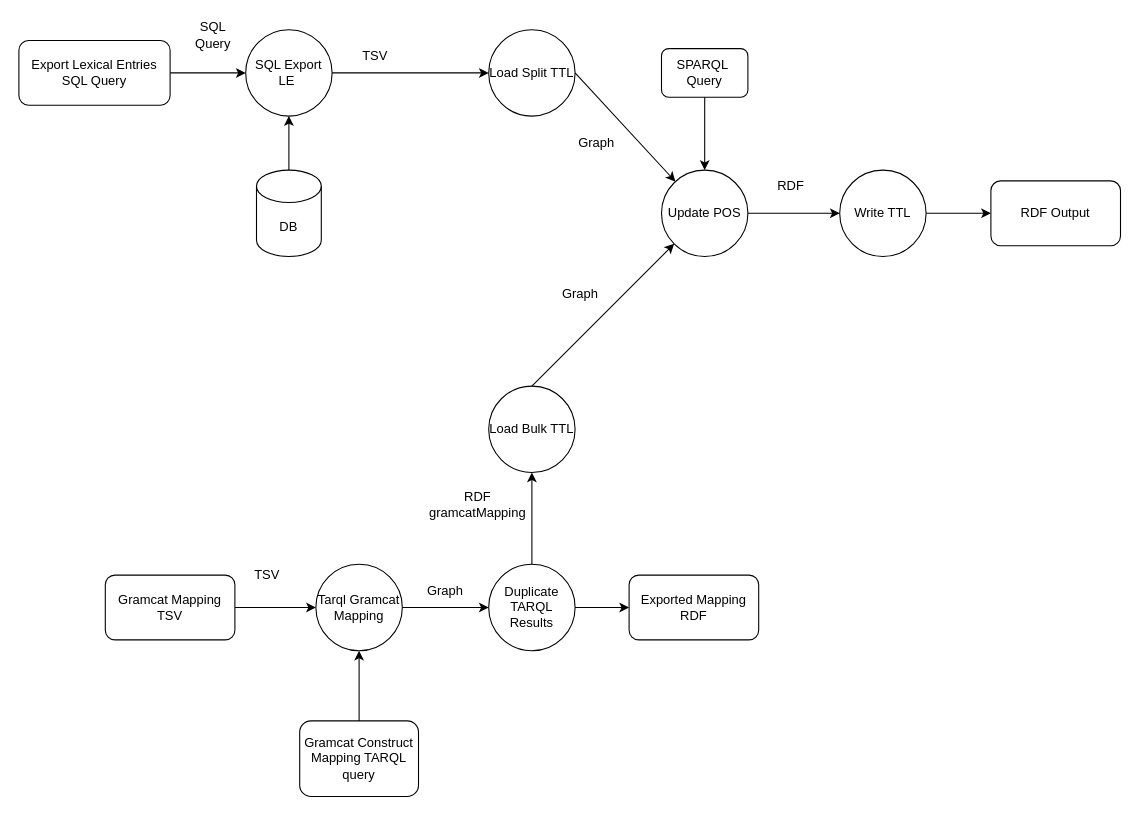
Above: fintan_pipeline.drawio in gkirtzou/lexis-transforming-sql-to-rdf (draw.io), before the change. Source tidied: cells renumbered, new cells numbered last; positions are measured from the earlier drawing's top-left corner, leaving out a move shared by most shapes. Both pictures are drawn from the tidied source at 108%, with x=0, y=0 at pixel (18, 18).
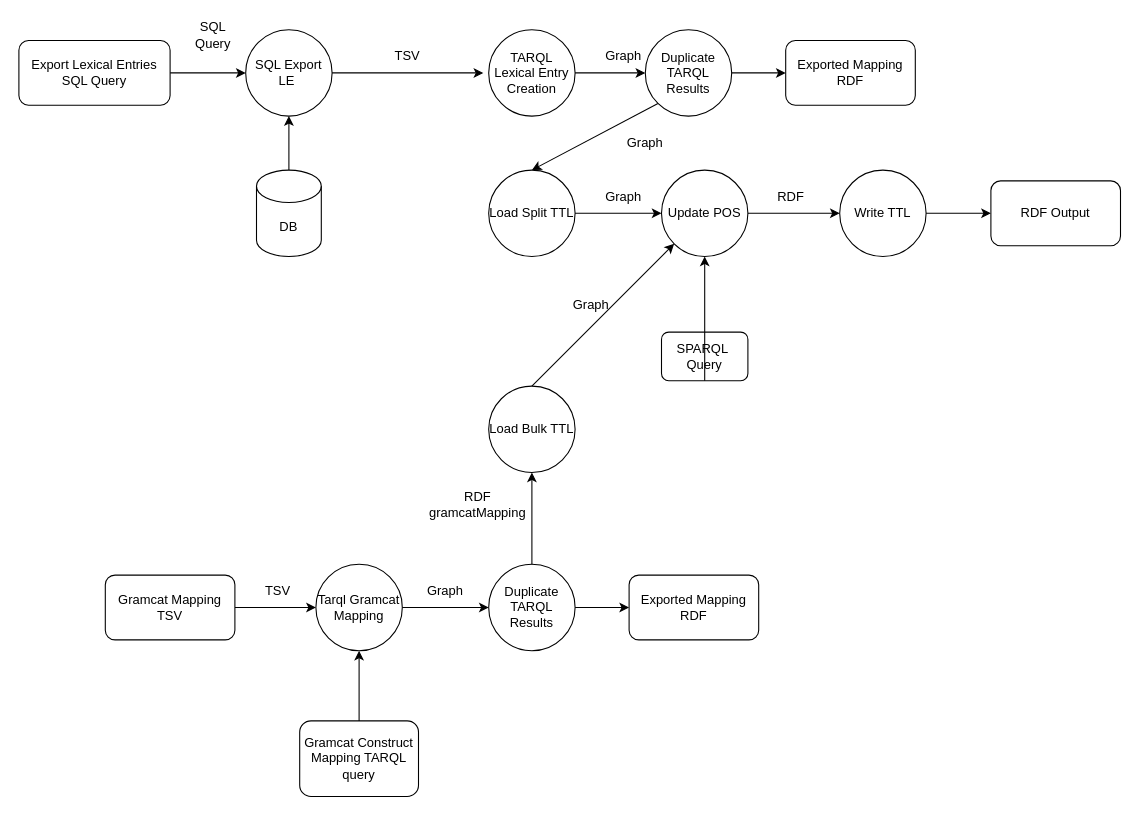
After the change.

Commit message:
Possible pipeline that would work on SQL

The change refers to these unchanged cells:
```xml
<mxCell id="2" value="SQL Export LE&amp;nbsp;" style="ellipse;whiteSpace=wrap;html=1;" parent="1" vertex="1">
  <mxGeometry x="210" y="10" width="80" height="80" as="geometry" />
</mxCell>
<mxCell id="5" value="Update POS" style="ellipse;whiteSpace=wrap;html=1;" parent="1" vertex="1">
  <mxGeometry x="595" y="140" width="80" height="80" as="geometry" />
</mxCell>
```

What changed in the source:
```diff
@@
     <mxCell id="6" value="SPARQL&amp;nbsp; Query" style="rounded=1;whiteSpace=wrap;html=1;" parent="1" vertex="1">
-      <mxGeometry x="595" y="27.5" width="80" height="45" as="geometry" />
+      <mxGeometry x="595" y="290" width="80" height="45" as="geometry" />
     </mxCell>
-    <mxCell id="7" style="endArrow=classic;html=1;rounded=0;exitX=0.5;exitY=1;exitDx=0;exitDy=0;entryX=0.5;entryY=0;entryDx=0;entryDy=0;" parent="1" edge="1" source="6" target="5">
+    <mxCell id="7" style="endArrow=classic;html=1;rounded=0;exitX=0.5;exitY=1;exitDx=0;exitDy=0;entryX=0.5;entryY=1;entryDx=0;entryDy=0;" parent="1" edge="1" source="6" target="5">
       <mxGeometry relative="1" as="geometry" />
     </mxCell>
@@
     <mxCell id="11" value="TSV" style="text;html=1;strokeColor=none;fillColor=none;align=center;verticalAlign=middle;whiteSpace=wrap;rounded=0;" parent="1" vertex="1">
-      <mxGeometry x="200" y="500" width="60" height="30" as="geometry" />
+      <mxGeometry x="210" y="515" width="60" height="30" as="geometry" />
     </mxCell>
@@
-    <mxCell id="18" style="endArrow=classic;html=1;rounded=0;entryX=0;entryY=0.5;entryDx=0;entryDy=0;" parent="1" edge="1" source="2" target="28">
-      <mxGeometry relative="1" as="geometry" />
+    <mxCell id="18" style="endArrow=classic;html=1;rounded=0;" parent="1" edge="1" source="2">
+      <mxGeometry relative="1" as="geometry">
+        <mxPoint x="430" y="50" as="targetPoint" />
+      </mxGeometry>
     </mxCell>
@@
     <mxCell id="20" value="Graph" style="text;html=1;strokeColor=none;fillColor=none;align=center;verticalAlign=middle;whiteSpace=wrap;rounded=0;" parent="1" vertex="1">
-      <mxGeometry x="505" y="100" width="60" height="30" as="geometry" />
+      <mxGeometry x="530" y="150" width="60" height="30" as="geometry" />
     </mxCell>
     <mxCell id="21" value="RDF" style="text;html=1;strokeColor=none;fillColor=none;align=center;verticalAlign=middle;whiteSpace=wrap;rounded=0;" parent="1" vertex="1">
-      <mxGeometry x="685" y="140" width="60" height="30" as="geometry" />
+      <mxGeometry x="685" y="150" width="60" height="30" as="geometry" />
     </mxCell>
@@
     <mxCell id="28" value="Load Split TTL" style="ellipse;whiteSpace=wrap;html=1;" parent="1" vertex="1">
-      <mxGeometry x="435" y="10" width="80" height="80" as="geometry" />
+      <mxGeometry x="435" y="140" width="80" height="80" as="geometry" />
     </mxCell>
     <mxCell id="29" value="TSV" style="text;html=1;strokeColor=none;fillColor=none;align=center;verticalAlign=middle;whiteSpace=wrap;rounded=0;" parent="1" vertex="1">
-      <mxGeometry x="300" y="20" width="60" height="30" as="geometry" />
+      <mxGeometry x="330" y="20" width="60" height="30" as="geometry" />
     </mxCell>
@@
     <mxCell id="36" value="Graph" style="text;html=1;strokeColor=none;fillColor=none;align=center;verticalAlign=middle;whiteSpace=wrap;rounded=0;" parent="1" vertex="1">
-      <mxGeometry x="490" y="240" width="60" height="30" as="geometry" />
+      <mxGeometry x="500" y="250" width="60" height="30" as="geometry" />
     </mxCell>
+    <mxCell id="37" value="TARQL Lexical Entry Creation&lt;br&gt;" style="ellipse;whiteSpace=wrap;html=1;" parent="1" vertex="1">
+      <mxGeometry x="435" y="10" width="80" height="80" as="geometry" />
+    </mxCell>
+    <mxCell id="38" style="endArrow=classic;html=1;rounded=0;exitX=0;exitY=1;exitDx=0;exitDy=0;entryX=0.5;entryY=0;entryDx=0;entryDy=0;" parent="1" edge="1" source="40" target="28">
+      <mxGeometry relative="1" as="geometry" />
+    </mxCell>
+    <mxCell id="39" value="Graph" style="text;html=1;strokeColor=none;fillColor=none;align=center;verticalAlign=middle;whiteSpace=wrap;rounded=0;" parent="1" vertex="1">
+      <mxGeometry x="530" y="20" width="60" height="30" as="geometry" />
+    </mxCell>
+    <mxCell id="40" value="Duplicate TARQL Results" style="ellipse;whiteSpace=wrap;html=1;" parent="1" vertex="1">
+      <mxGeometry x="580" y="10" width="80" height="80" as="geometry" />
+    </mxCell>
+    <mxCell id="41" value="Exported Mapping RDF" style="rounded=1;whiteSpace=wrap;html=1;" parent="1" vertex="1">
+      <mxGeometry x="710" y="20" width="120" height="60" as="geometry" />
+    </mxCell>
+    <mxCell id="42" style="endArrow=classic;html=1;rounded=0;exitX=1;exitY=0.5;exitDx=0;exitDy=0;entryX=0;entryY=0.5;entryDx=0;entryDy=0;" parent="1" edge="1" source="40" target="41">
+      <mxGeometry relative="1" as="geometry" />
+    </mxCell>
+    <mxCell id="43" style="endArrow=classic;html=1;rounded=0;exitX=1;exitY=0.5;exitDx=0;exitDy=0;entryX=0;entryY=0.5;entryDx=0;entryDy=0;" parent="1" edge="1" source="37" target="40">
+      <mxGeometry relative="1" as="geometry" />
+    </mxCell>
+    <mxCell id="44" value="Graph" style="text;html=1;strokeColor=none;fillColor=none;align=center;verticalAlign=middle;whiteSpace=wrap;rounded=0;" parent="1" vertex="1">
+      <mxGeometry x="550" y="100" width="60" height="30" as="geometry" />
+    </mxCell>
```
